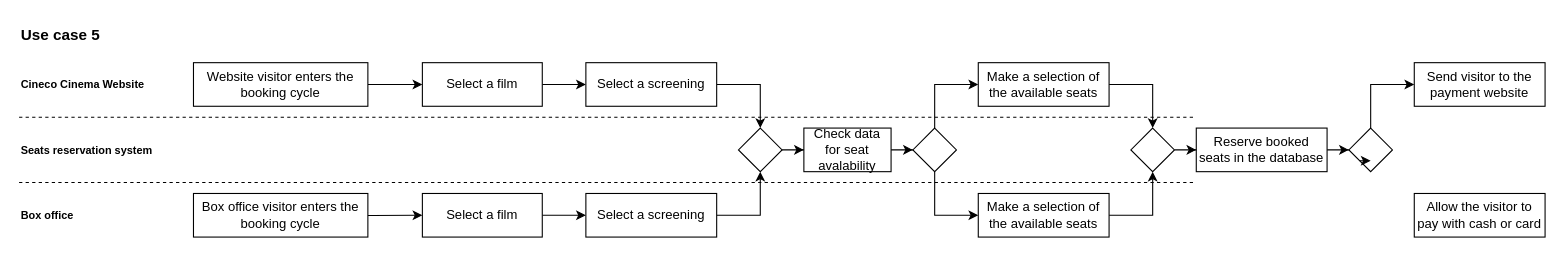
The draw.io diagram Use case 5.drawio in BasGosman-Calco/Business-Analyses, before the edit. Source tidied: cells renumbered, new cells numbered last; positions are measured from the earlier drawing's top-left corner, leaving out a move shared by most shapes. Both pictures are drawn from the tidied source at 109%, with x=0, y=0 at pixel (19, 19).
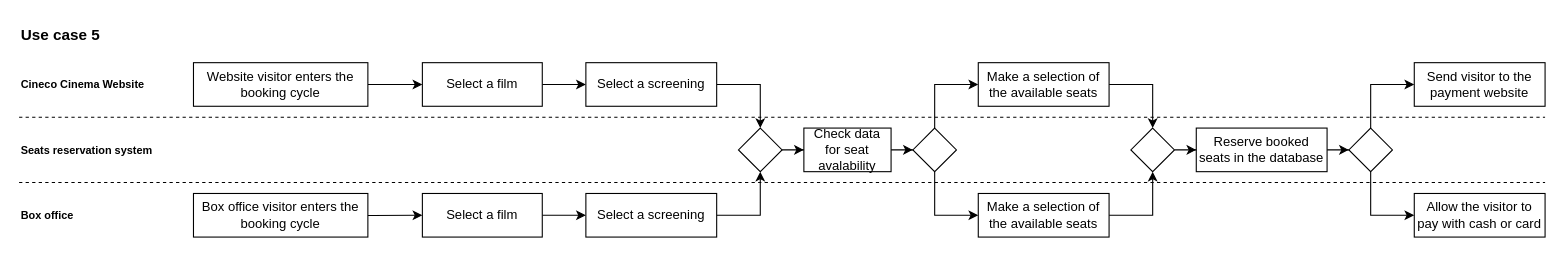
The same page after the edit.

Unchanged cells that the change refers to:
```xml
<mxCell id="36" style="rhombus;whiteSpace=wrap;html=1;" parent="1" vertex="1">
  <mxGeometry x="1220" y="100" width="40" height="40" as="geometry" />
</mxCell>
<mxCell id="38" value="Allow the visitor to pay with cash or card" style="rounded=0;whiteSpace=wrap;html=1;" parent="1" vertex="1">
  <mxGeometry x="1280" y="160" width="120" height="40" as="geometry" />
</mxCell>
```

Diff of the diagram source:
```diff
@@
     <mxCell id="12" style="endArrow=none;dashed=1;html=1;rounded=0;" parent="1" edge="1">
       <mxGeometry relative="1" as="geometry">
         <mxPoint y="90" as="sourcePoint" />
-        <mxPoint x="1080" y="90" as="targetPoint" />
+        <mxPoint x="1400" y="90" as="targetPoint" />
       </mxGeometry>
     </mxCell>
@@
     <mxCell id="15" style="endArrow=none;dashed=1;html=1;rounded=0;" parent="1" edge="1">
       <mxGeometry relative="1" as="geometry">
         <mxPoint y="150" as="sourcePoint" />
-        <mxPoint x="1080" y="150" as="targetPoint" />
+        <mxPoint x="1400" y="150" as="targetPoint" />
       </mxGeometry>
     </mxCell>
@@
+    <mxCell id="40" style="edgeStyle=orthogonalEdgeStyle;rounded=0;jettySize=auto;html=1;entryX=0;entryY=0.5;entryDx=0;entryDy=0;" parent="1" edge="1" source="36" target="38">
+      <mxGeometry relative="1" as="geometry">
+        <Array as="points">
+          <mxPoint x="1240" y="180" />
+        </Array>
+      </mxGeometry>
+    </mxCell>
@@
-    <mxCell id="39" style="edgeStyle=orthogonalEdgeStyle;rounded=0;orthogonalLoop=1;jettySize=auto;html=1;exitX=0;exitY=1;exitDx=0;exitDy=0;entryX=0.5;entryY=0.75;entryDx=0;entryDy=0;entryPerimeter=0;" parent="1" edge="1" source="36" target="36">
-      <mxGeometry relative="1" as="geometry" />
-    </mxCell>
```
